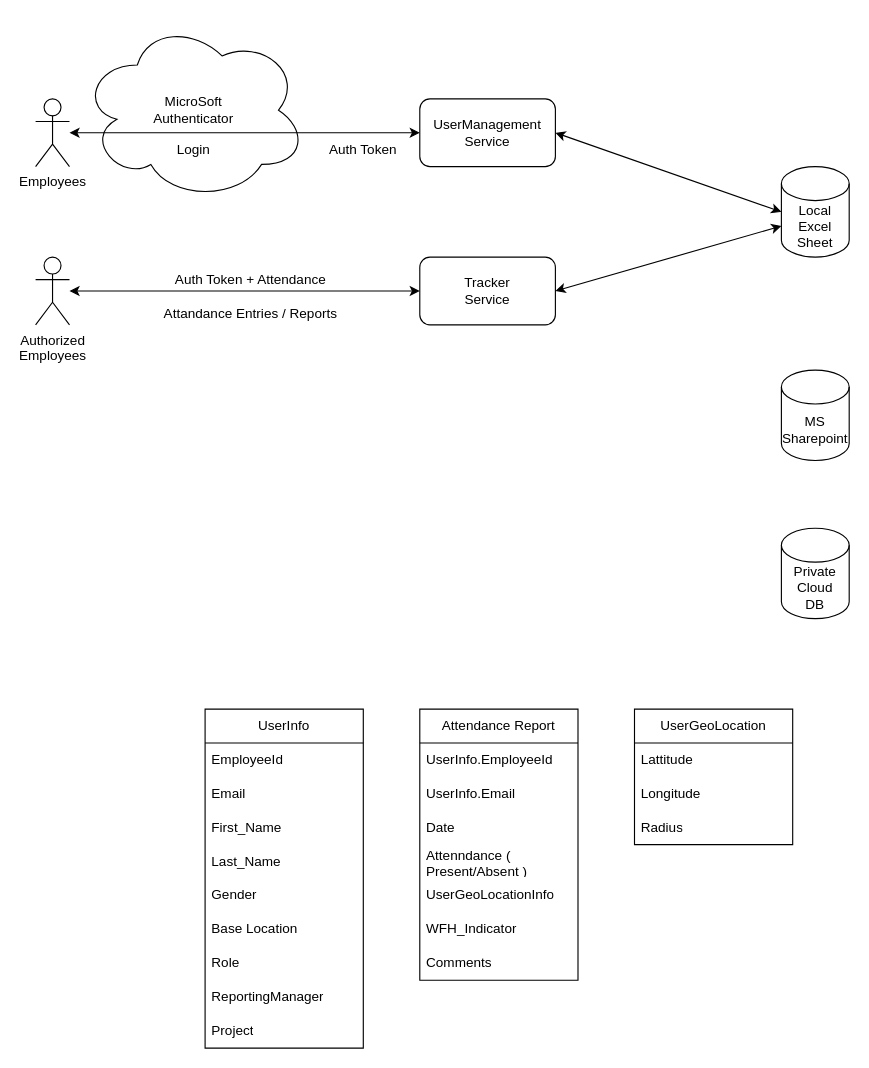
SivaRayal/AttendanceTracker keeps this draw.io diagram as src/main/resources/SystemDesign.drawio. Above is the earlier version. Source tidied: cells renumbered, new cells numbered last; positions are measured from the earlier drawing's top-left corner, leaving out a move shared by most shapes. Both pictures are drawn from the tidied source at 113%, with x=0, y=0 at pixel (35, 19).
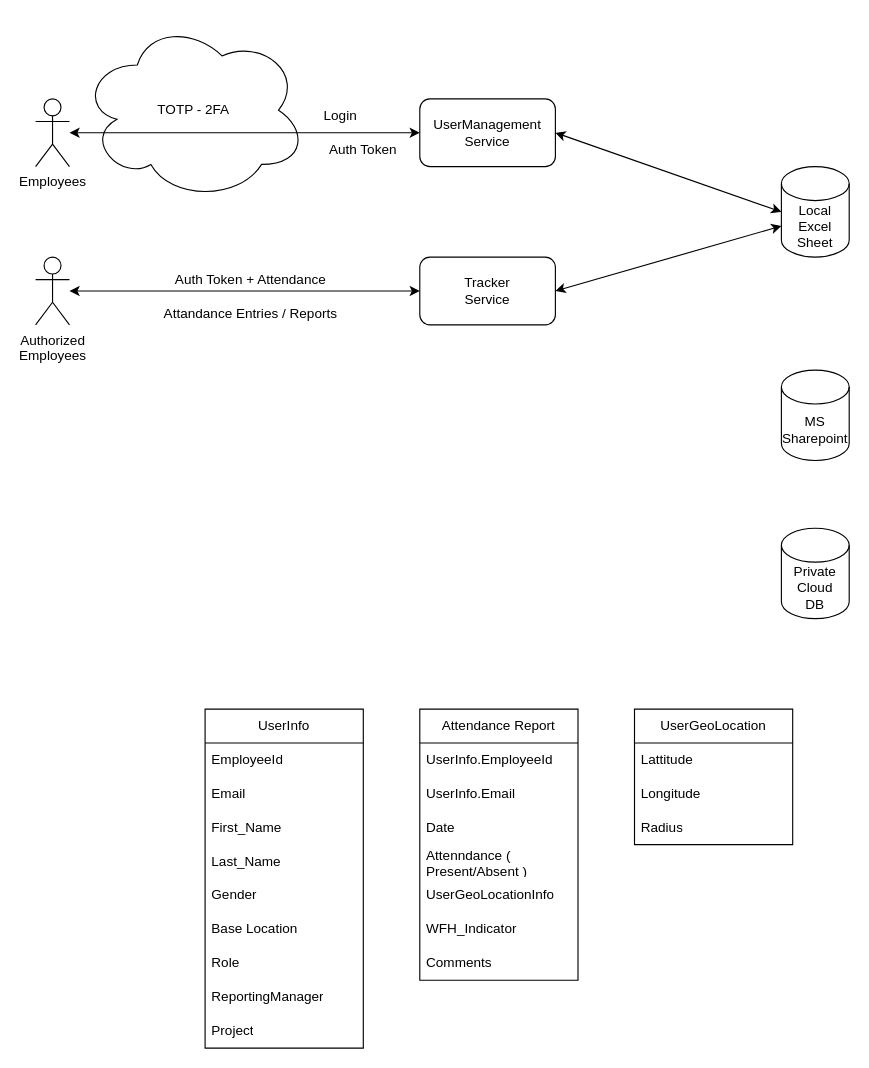
The same diagram, later.

Commit message (it also covers changes not shown here):
Design and HTML added

Diff of the diagram source:
```diff
@@
-    <mxCell id="2" value="MicroSoft&lt;div&gt;Authenticator&lt;/div&gt;" style="shape=cloud;whiteSpace=wrap;html=1;" parent="1" vertex="1">
+    <mxCell id="2" value="TOTP - 2FA" style="shape=cloud;whiteSpace=wrap;html=1;" parent="1" vertex="1">
       <mxGeometry x="40" width="200" height="160" as="geometry" />
     </mxCell>
@@
     <mxCell id="32" value="Login" style="text;html=1;strokeColor=none;fillColor=none;align=center;verticalAlign=middle;whiteSpace=wrap;rounded=0;" parent="1" vertex="1">
-      <mxGeometry x="110" y="100" width="60" height="30" as="geometry" />
+      <mxGeometry x="240" y="70" width="60" height="30" as="geometry" />
     </mxCell>
```
